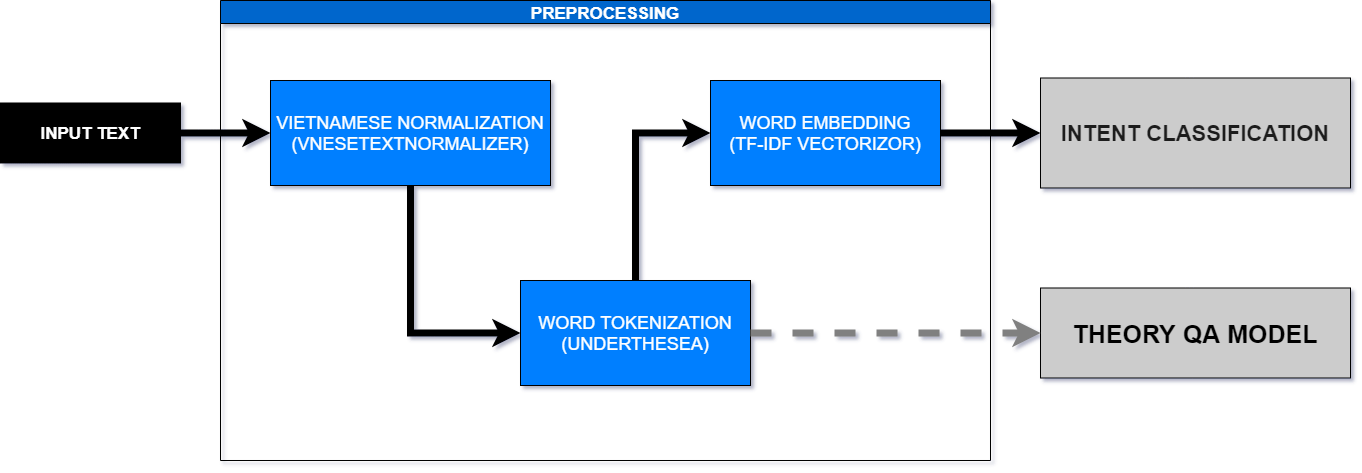
Above: resources/Preprocessing Pipeline.png in tamlc46/CodEbot (draw.io), before the change. Source tidied: cells renumbered, new cells last; positions are measured from the earlier drawing's top-left corner, leaving out a move shared by most shapes.
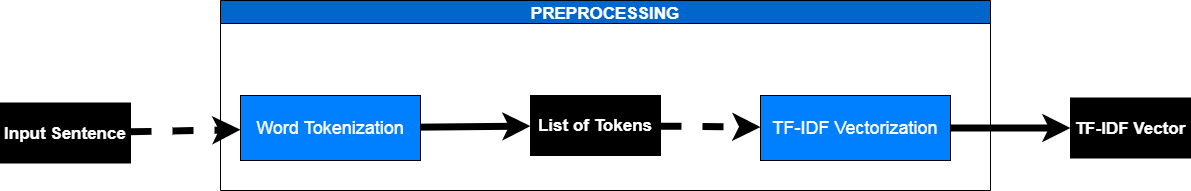
The same diagram one commit later.

Change to the diagram source:
```diff
@@ -2,45 +2,35 @@
   <root>
     <mxCell id="0" />
     <mxCell id="1" parent="0" />
-    <mxCell id="2" style="edgeStyle=orthogonalEdgeStyle;rounded=0;jettySize=auto;html=1;entryX=0;entryY=0.5;entryDx=0;entryDy=0;strokeWidth=7;fontSize=19;fontColor=#FFFFFF;" parent="1" edge="1" source="3" target="6">
+    <mxCell id="2" style="rounded=0;jettySize=auto;html=1;strokeWidth=7;fontSize=19;fontColor=#FFFFFF;dashed=1;" parent="1" edge="1" source="3" target="9">
       <mxGeometry relative="1" as="geometry" />
     </mxCell>
-    <mxCell id="3" value="INPUT TEXT" style="rounded=0;whiteSpace=wrap;html=1;fillColor=#000000;fontColor=#FFFFFF;fontStyle=1;fontSize=17;" parent="1" vertex="1">
-      <mxGeometry y="102.5" width="180" height="60" as="geometry" />
+    <mxCell id="3" value="Input Sentence" style="rounded=0;whiteSpace=wrap;html=1;fillColor=#000000;fontColor=#FFFFFF;fontStyle=1;fontSize=17;" parent="1" vertex="1">
+      <mxGeometry y="102.5" width="130" height="60" as="geometry" />
     </mxCell>
-    <mxCell id="4" value="PREPROCESSING" style="swimlane;fillColor=#0066CC;fontSize=17;fontColor=#FFFFFF;" parent="1" vertex="1">
-      <mxGeometry x="220" width="770" height="460" as="geometry" />
+    <mxCell id="4" value="PREPROCESSING" style="swimlane;fillColor=#0066CC;fontSize=17;fontColor=#FFFFFF;startSize=23;" parent="1" vertex="1">
+      <mxGeometry x="220" width="770" height="190" as="geometry" />
     </mxCell>
-    <mxCell id="5" style="edgeStyle=orthogonalEdgeStyle;rounded=0;jettySize=auto;html=1;exitX=0.5;exitY=1;exitDx=0;exitDy=0;entryX=0;entryY=0.5;entryDx=0;entryDy=0;strokeWidth=7;fontSize=19;fontColor=#FFFFFF;" parent="4" edge="1" source="6" target="9">
-      <mxGeometry relative="1" as="geometry" />
-    </mxCell>
-    <mxCell id="6" value="VIETNAMESE NORMALIZATION&lt;br&gt;(VNESETEXTNORMALIZER)" style="rounded=0;whiteSpace=wrap;html=1;fillColor=#007FFF;fontSize=18;fontColor=#FFFFFF;" parent="4" vertex="1">
-      <mxGeometry x="50" y="80" width="280" height="105" as="geometry" />
-    </mxCell>
-    <mxCell id="7" value="WORD EMBEDDING&lt;br&gt;(TF-IDF VECTORIZOR)" style="rounded=0;whiteSpace=wrap;html=1;fillColor=#007FFF;fontSize=18;fontColor=#FFFFFF;" parent="4" vertex="1">
-      <mxGeometry x="490" y="80" width="230" height="105" as="geometry" />
+    <mxCell id="7" value="TF-IDF Vectorization" style="rounded=0;whiteSpace=wrap;html=1;fillColor=#007FFF;fontSize=18;fontColor=#FFFFFF;" parent="4" vertex="1">
+      <mxGeometry x="540" y="95" width="190" height="65" as="geometry" />
     </mxCell>
-    <mxCell id="8" style="edgeStyle=orthogonalEdgeStyle;rounded=0;jettySize=auto;html=1;exitX=0.5;exitY=0;exitDx=0;exitDy=0;entryX=0;entryY=0.5;entryDx=0;entryDy=0;strokeWidth=7;fontSize=19;fontColor=#FFFFFF;" parent="4" edge="1" source="9" target="7">
-      <mxGeometry relative="1" as="geometry">
-        <Array as="points">
-          <mxPoint x="415" y="133" />
-        </Array>
-      </mxGeometry>
-    </mxCell>
-    <mxCell id="9" value="WORD TOKENIZATION&lt;br&gt;(UNDERTHESEA)" style="rounded=0;whiteSpace=wrap;html=1;fillColor=#007FFF;fontSize=18;fontColor=#FFFFFF;" parent="4" vertex="1">
-      <mxGeometry x="300" y="280" width="230" height="105" as="geometry" />
+    <mxCell id="9" value="Word Tokenization" style="rounded=0;whiteSpace=wrap;html=1;fillColor=#007FFF;fontSize=18;fontColor=#FFFFFF;" parent="4" vertex="1">
+      <mxGeometry x="20" y="95" width="180" height="65" as="geometry" />
     </mxCell>
-    <mxCell id="10" value="INTENT CLASSIFICATION" style="rounded=0;whiteSpace=wrap;html=1;fillColor=#CCCCCC;fontColor=#1A1A1A;fontStyle=1;fontSize=22;" parent="1" vertex="1">
-      <mxGeometry x="1040" y="77.5" width="310" height="110" as="geometry" />
-    </mxCell>
-    <mxCell id="11" value="&lt;b&gt;&lt;font style=&quot;font-size: 25px&quot;&gt;THEORY QA MODEL&lt;/font&gt;&lt;/b&gt;" style="rounded=0;whiteSpace=wrap;html=1;fillColor=#CCCCCC;fontSize=17;fontColor=#000000;" parent="1" vertex="1">
-      <mxGeometry x="1040" y="287.5" width="310" height="90" as="geometry" />
-    </mxCell>
+    <mxCell id="14" style="rounded=0;jettySize=auto;html=1;strokeWidth=7;fontSize=19;fontColor=#FFFFFF;" parent="4" edge="1" source="9" target="15">
+      <mxGeometry relative="1" as="geometry" />
+    </mxCell>
+    <mxCell id="15" value="List of Tokens" style="rounded=0;whiteSpace=wrap;html=1;fillColor=#000000;fontColor=#FFFFFF;fontStyle=1;fontSize=17;" parent="4" vertex="1">
+      <mxGeometry x="310" y="95" width="130" height="60" as="geometry" />
+    </mxCell>
+    <mxCell id="16" style="rounded=0;jettySize=auto;html=1;strokeWidth=7;fontSize=19;fontColor=#FFFFFF;dashed=1;" parent="4" edge="1" source="15" target="7">
+      <mxGeometry relative="1" as="geometry" />
+    </mxCell>
-    <mxCell id="12" style="edgeStyle=orthogonalEdgeStyle;rounded=0;jettySize=auto;html=1;exitX=1;exitY=0.5;exitDx=0;exitDy=0;entryX=0;entryY=0.5;entryDx=0;entryDy=0;strokeWidth=7;fontSize=19;fontColor=#FFFFFF;" parent="1" edge="1" source="7" target="10">
+    <mxCell id="12" style="rounded=0;jettySize=auto;html=1;exitX=1;exitY=0.5;exitDx=0;exitDy=0;strokeWidth=7;fontSize=19;fontColor=#FFFFFF;" parent="1" edge="1" source="7" target="17">
       <mxGeometry relative="1" as="geometry" />
     </mxCell>
-    <mxCell id="13" style="edgeStyle=orthogonalEdgeStyle;rounded=0;jettySize=auto;html=1;exitX=1;exitY=0.5;exitDx=0;exitDy=0;entryX=0;entryY=0.5;entryDx=0;entryDy=0;strokeWidth=7;fontSize=19;fontColor=#FFFFFF;dashed=1;strokeColor=#808080;" parent="1" edge="1" source="9" target="11">
-      <mxGeometry relative="1" as="geometry" />
-    </mxCell>
+    <mxCell id="17" value="TF-IDF Vector" style="rounded=0;whiteSpace=wrap;html=1;fillColor=#000000;fontColor=#FFFFFF;fontStyle=1;fontSize=17;" parent="1" vertex="1">
+      <mxGeometry x="1070" y="97.5" width="120" height="60" as="geometry" />
+    </mxCell>
   </root>
 </mxGraphModel>
```
